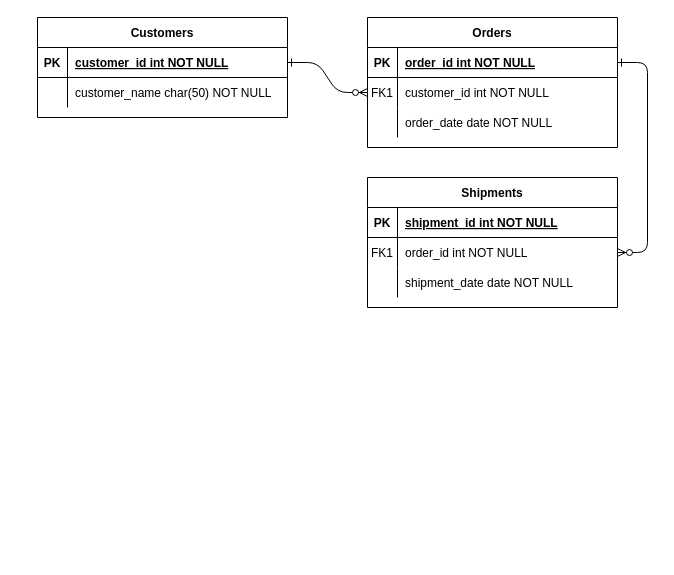
Before: neims/neims_erd.drawio in neorang/drawdoc, a draw.io diagram. Source tidied: cells renumbered, new cells numbered last; positions are measured from the earlier drawing's top-left corner, leaving out a move shared by most shapes. Both pictures are drawn from the tidied source at 100%, with x=0, y=0 at pixel (37, 17).
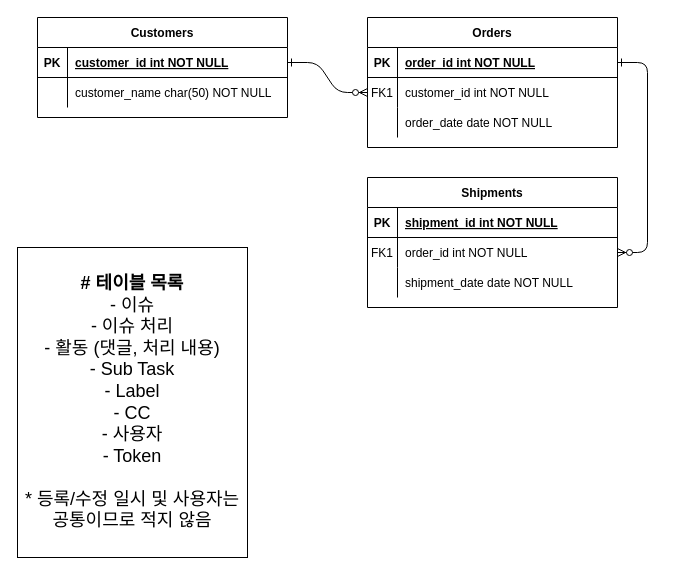
After the change.

Change to the diagram source:
```diff
@@
+    <mxCell id="31" value="&lt;div style=&quot;font-size: 18px;&quot;&gt;&lt;font style=&quot;font-size: 18px;&quot;&gt;&lt;b&gt;# 테이블 목록&lt;/b&gt;&lt;/font&gt;&lt;/div&gt;&lt;div style=&quot;font-size: 18px;&quot;&gt;&lt;font style=&quot;font-size: 18px;&quot;&gt;- 이슈&lt;/font&gt;&lt;/div&gt;&lt;div style=&quot;font-size: 18px;&quot;&gt;&lt;font style=&quot;font-size: 18px;&quot;&gt;- 이슈 처리&lt;br&gt;&lt;/font&gt;&lt;/div&gt;&lt;div style=&quot;font-size: 18px;&quot;&gt;&lt;font style=&quot;font-size: 18px;&quot;&gt;- 활동 (댓글, 처리 내용)&lt;/font&gt;&lt;/div&gt;&lt;div style=&quot;font-size: 18px;&quot;&gt;&lt;font style=&quot;font-size: 18px;&quot;&gt;- Sub Task&lt;/font&gt;&lt;/div&gt;&lt;div style=&quot;font-size: 18px;&quot;&gt;&lt;font style=&quot;font-size: 18px;&quot;&gt;- Label&lt;/font&gt;&lt;/div&gt;&lt;div style=&quot;font-size: 18px;&quot;&gt;&lt;font style=&quot;font-size: 18px;&quot;&gt;- CC&lt;/font&gt;&lt;/div&gt;&lt;div style=&quot;font-size: 18px;&quot;&gt;&lt;font style=&quot;font-size: 18px;&quot;&gt;- 사용자&lt;/font&gt;&lt;/div&gt;&lt;div style=&quot;font-size: 18px;&quot;&gt;&lt;font style=&quot;font-size: 18px;&quot;&gt;- Token&lt;br&gt;&lt;/font&gt;&lt;/div&gt;&lt;div style=&quot;font-size: 18px;&quot;&gt;&lt;font style=&quot;font-size: 18px;&quot;&gt;&lt;br&gt;&lt;/font&gt;&lt;/div&gt;&lt;div style=&quot;font-size: 18px;&quot;&gt;&lt;font style=&quot;font-size: 18px;&quot;&gt;* 등록/수정 일시 및 사용자는 공통이므로 적지 않음&lt;br&gt;&lt;/font&gt;&lt;/div&gt;" style="rounded=0;whiteSpace=wrap;html=1;" parent="1" vertex="1">
+      <mxGeometry x="-20" y="230" width="230" height="310" as="geometry" />
+    </mxCell>
```
